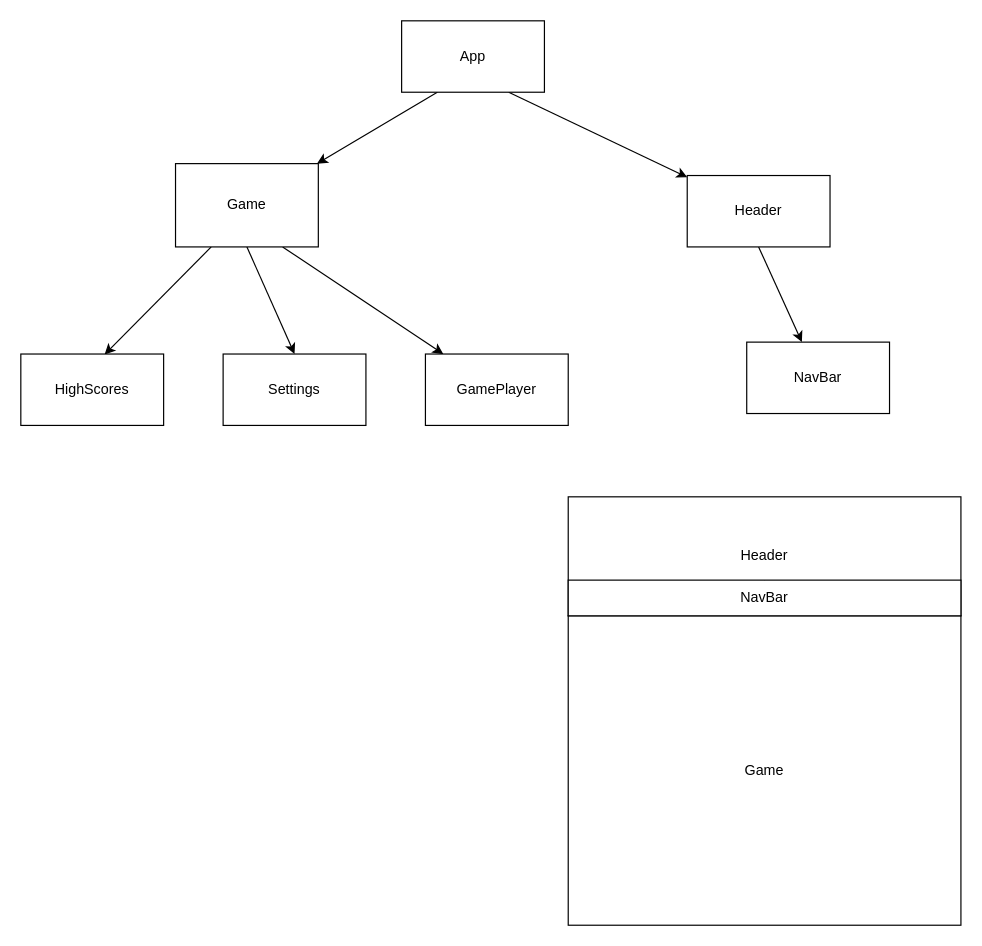
murphy-mi/phase-2-project keeps this draw.io diagram as hierachy.drawio. Above is the earlier version. Source tidied: cells renumbered, new cells numbered last; positions are measured from the earlier drawing's top-left corner, leaving out a move shared by most shapes. Both pictures are drawn from the tidied source at 119%, with x=0, y=0 at pixel (20, 20).
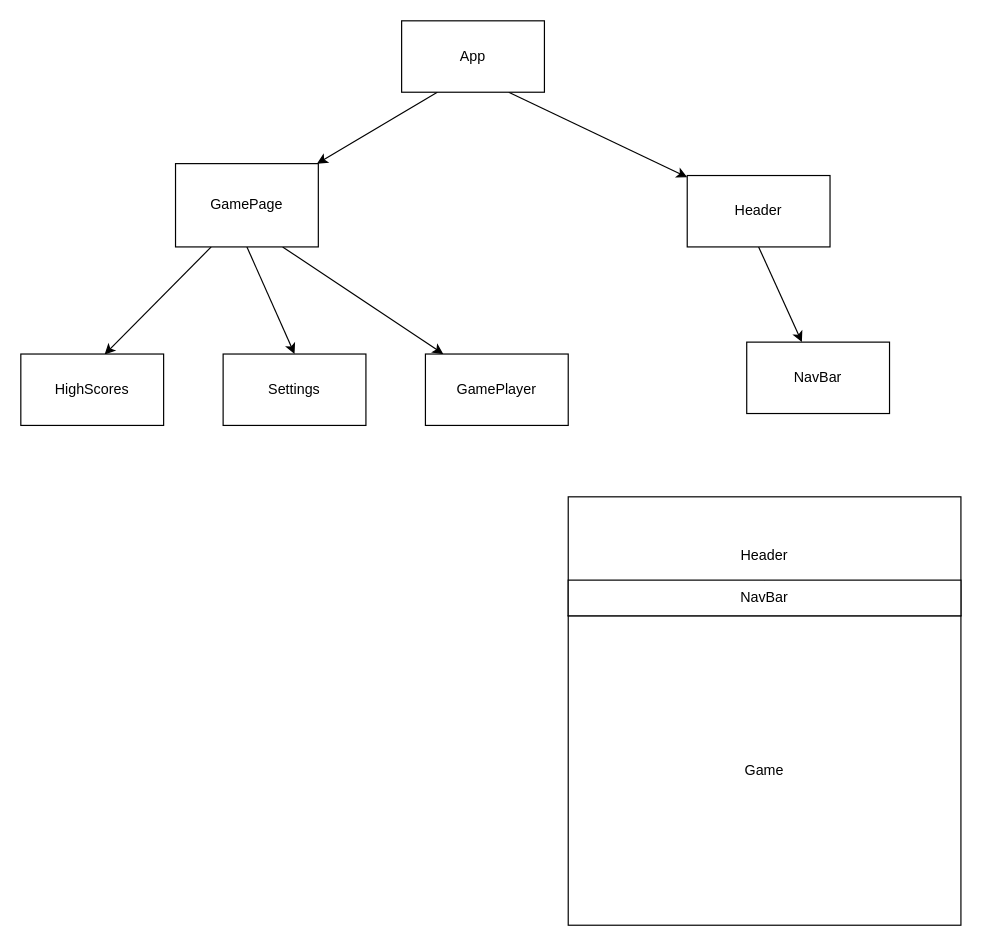
After the change.

What changed in the source:
```diff
@@
 <mxGraphModel>
   <root>
     <mxCell id="0" />
     <mxCell id="1" parent="0" />
     <mxCell id="2" style="edgeStyle=none;html=1;exitX=0.25;exitY=1;exitDx=0;exitDy=0;" parent="1" edge="1" source="4" target="8">
       <mxGeometry relative="1" as="geometry" />
     </mxCell>
     <mxCell id="3" style="edgeStyle=none;html=1;exitX=0.75;exitY=1;exitDx=0;exitDy=0;" parent="1" edge="1" source="4" target="10">
       <mxGeometry relative="1" as="geometry" />
     </mxCell>
     <mxCell id="4" value="App" style="whiteSpace=wrap;html=1;" parent="1" vertex="1">
       <mxGeometry x="320" width="120" height="60" as="geometry" />
     </mxCell>
     <mxCell id="5" style="edgeStyle=none;html=1;exitX=0.25;exitY=1;exitDx=0;exitDy=0;entryX=0.587;entryY=0.006;entryDx=0;entryDy=0;entryPerimeter=0;" parent="1" edge="1" source="8" target="11">
       <mxGeometry relative="1" as="geometry" />
     </mxCell>
     <mxCell id="6" style="edgeStyle=none;html=1;exitX=0.5;exitY=1;exitDx=0;exitDy=0;entryX=0.5;entryY=0;entryDx=0;entryDy=0;" parent="1" edge="1" source="8" target="12">
       <mxGeometry relative="1" as="geometry" />
     </mxCell>
     <mxCell id="7" style="edgeStyle=none;html=1;exitX=0.75;exitY=1;exitDx=0;exitDy=0;" parent="1" edge="1" source="8" target="13">
       <mxGeometry relative="1" as="geometry" />
     </mxCell>
-    <mxCell id="8" value="Game" style="whiteSpace=wrap;html=1;" parent="1" vertex="1">
+    <mxCell id="8" value="GamePage" style="whiteSpace=wrap;html=1;" parent="1" vertex="1">
       <mxGeometry x="130" y="120" width="120" height="70" as="geometry" />
     </mxCell>
     <mxCell id="9" style="edgeStyle=none;html=1;exitX=0.5;exitY=1;exitDx=0;exitDy=0;" parent="1" edge="1" source="10" target="14">
       <mxGeometry relative="1" as="geometry" />
     </mxCell>
     <mxCell id="10" value="Header" style="whiteSpace=wrap;html=1;" parent="1" vertex="1">
       <mxGeometry x="560" y="130" width="120" height="60" as="geometry" />
     </mxCell>
     <mxCell id="11" value="HighScores" style="whiteSpace=wrap;html=1;" parent="1" vertex="1">
       <mxGeometry y="280" width="120" height="60" as="geometry" />
     </mxCell>
     <mxCell id="12" value="Settings" style="whiteSpace=wrap;html=1;" parent="1" vertex="1">
       <mxGeometry x="170" y="280" width="120" height="60" as="geometry" />
     </mxCell>
     <mxCell id="13" value="GamePlayer" style="whiteSpace=wrap;html=1;" parent="1" vertex="1">
       <mxGeometry x="340" y="280" width="120" height="60" as="geometry" />
     </mxCell>
     <mxCell id="14" value="NavBar" style="whiteSpace=wrap;html=1;" parent="1" vertex="1">
       <mxGeometry x="610" y="270" width="120" height="60" as="geometry" />
     </mxCell>
     <mxCell id="15" value="Header" style="whiteSpace=wrap;html=1;" parent="1" vertex="1">
       <mxGeometry x="460" y="400" width="330" height="100" as="geometry" />
     </mxCell>
     <mxCell id="16" value="Game" style="whiteSpace=wrap;html=1;" parent="1" vertex="1">
       <mxGeometry x="460" y="500" width="330" height="260" as="geometry" />
     </mxCell>
     <mxCell id="17" style="edgeStyle=none;html=1;exitX=0.5;exitY=0;exitDx=0;exitDy=0;" parent="1" edge="1" source="18" target="15">
       <mxGeometry relative="1" as="geometry" />
     </mxCell>
     <mxCell id="18" value="NavBar" style="whiteSpace=wrap;html=1;" parent="1" vertex="1">
       <mxGeometry x="460" y="470" width="330" height="30" as="geometry" />
     </mxCell>
   </root>
 </mxGraphModel>
```
